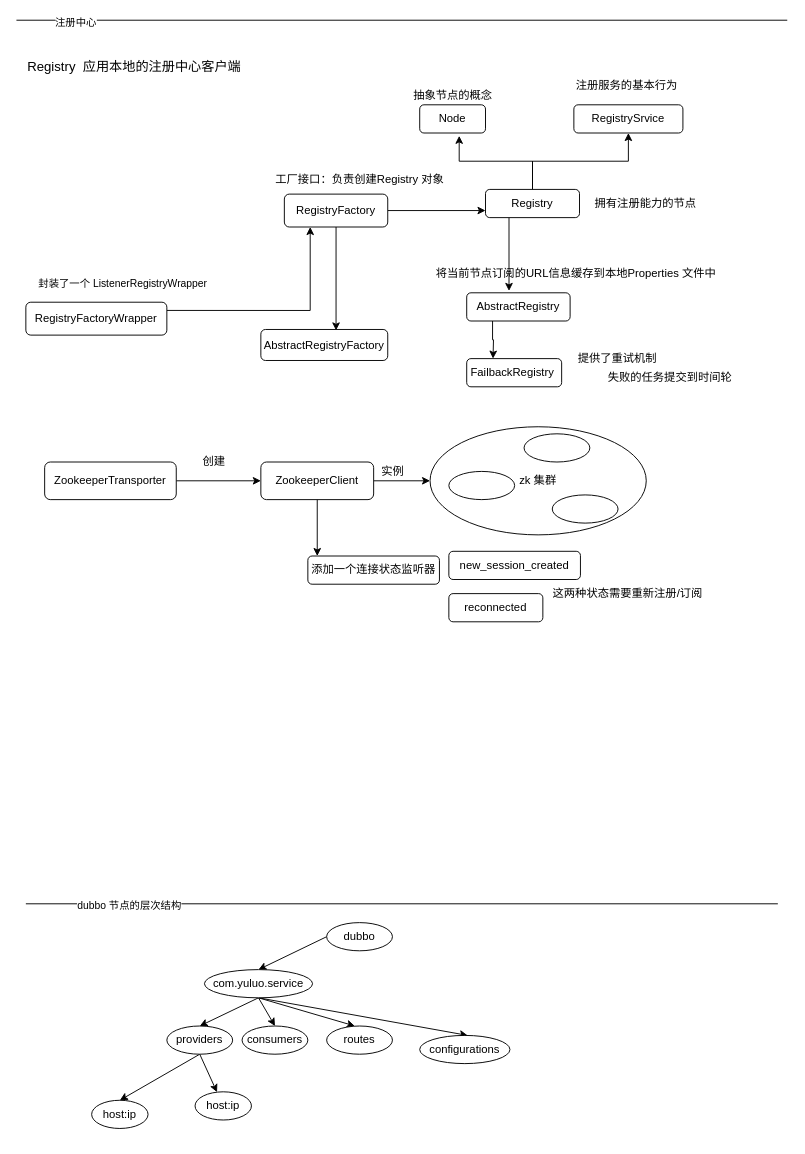
Above: dubbo.drawio in topyuluo/photo-project (draw.io), before the change. Source tidied: cells renumbered, new cells numbered last; positions are measured from the earlier drawing's top-left corner, leaving out a move shared by most shapes. Both pictures are drawn from the tidied source at 94%, with x=0, y=0 at pixel (16, 20).
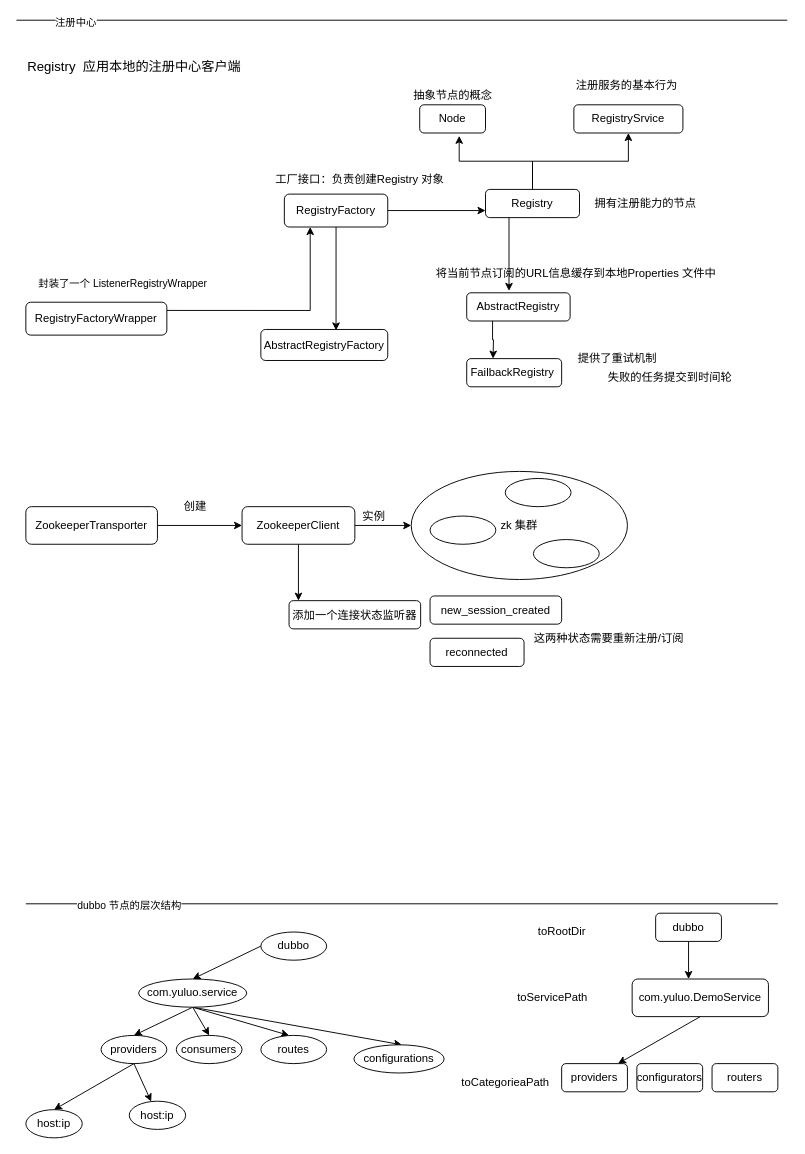
The same page after the edit.

The edit, as a diff of the source:
```diff
@@
     <mxCell id="2" value="zk 集群" style="ellipse;whiteSpace=wrap;html=1;" parent="1" vertex="1">
-      <mxGeometry x="440" y="432.5" width="230" height="115" as="geometry" />
+      <mxGeometry x="420" y="480" width="230" height="115" as="geometry" />
     </mxCell>
@@
     <mxCell id="31" value="dubbo" style="ellipse;whiteSpace=wrap;html=1;" parent="1" vertex="1">
-      <mxGeometry x="330" y="960" width="70" height="30" as="geometry" />
+      <mxGeometry x="260" y="970" width="70" height="30" as="geometry" />
     </mxCell>
@@
     <mxCell id="34" style="edgeStyle=none;rounded=0;jettySize=auto;html=1;exitX=0.5;exitY=1;exitDx=0;exitDy=0;" parent="1" edge="1" source="36">
       <mxGeometry relative="1" as="geometry">
-        <mxPoint x="360" y="1070" as="targetPoint" />
+        <mxPoint x="290" y="1080" as="targetPoint" />
       </mxGeometry>
     </mxCell>
     <mxCell id="35" style="edgeStyle=none;rounded=0;jettySize=auto;html=1;exitX=0.5;exitY=1;exitDx=0;exitDy=0;" parent="1" edge="1" source="36">
       <mxGeometry relative="1" as="geometry">
-        <mxPoint x="480" y="1080" as="targetPoint" />
+        <mxPoint x="410" y="1090" as="targetPoint" />
       </mxGeometry>
     </mxCell>
     <mxCell id="36" value="com.yuluo.service" style="ellipse;whiteSpace=wrap;html=1;" parent="1" vertex="1">
-      <mxGeometry x="200" y="1010" width="115" height="30" as="geometry" />
+      <mxGeometry x="130" y="1020" width="115" height="30" as="geometry" />
     </mxCell>
@@
     <mxCell id="39" value="providers" style="ellipse;whiteSpace=wrap;html=1;" parent="1" vertex="1">
-      <mxGeometry x="160" y="1070" width="70" height="30" as="geometry" />
+      <mxGeometry x="90" y="1080" width="70" height="30" as="geometry" />
     </mxCell>
     <mxCell id="40" value="consumers" style="ellipse;whiteSpace=wrap;html=1;" parent="1" vertex="1">
-      <mxGeometry x="240" y="1070" width="70" height="30" as="geometry" />
+      <mxGeometry x="170" y="1080" width="70" height="30" as="geometry" />
     </mxCell>
     <mxCell id="41" value="host:ip" style="ellipse;whiteSpace=wrap;html=1;" parent="1" vertex="1">
-      <mxGeometry x="80" y="1149" width="60" height="30" as="geometry" />
+      <mxGeometry x="10" y="1159" width="60" height="30" as="geometry" />
     </mxCell>
     <mxCell id="42" value="routes" style="ellipse;whiteSpace=wrap;html=1;" parent="1" vertex="1">
-      <mxGeometry x="330" y="1070" width="70" height="30" as="geometry" />
+      <mxGeometry x="260" y="1080" width="70" height="30" as="geometry" />
     </mxCell>
     <mxCell id="43" value="configurations" style="ellipse;whiteSpace=wrap;html=1;" parent="1" vertex="1">
-      <mxGeometry x="429" y="1080" width="96" height="30" as="geometry" />
+      <mxGeometry x="359" y="1090" width="96" height="30" as="geometry" />
     </mxCell>
@@
     <mxCell id="45" style="edgeStyle=none;rounded=0;jettySize=auto;html=1;exitX=1;exitY=0.5;exitDx=0;exitDy=0;" parent="1" edge="1" source="46">
       <mxGeometry relative="1" as="geometry">
-        <mxPoint x="260" y="490" as="targetPoint" />
+        <mxPoint x="240" y="537.5" as="targetPoint" />
       </mxGeometry>
     </mxCell>
     <mxCell id="46" value="ZookeeperTransporter" style="rounded=1;whiteSpace=wrap;html=1;" parent="1" vertex="1">
-      <mxGeometry x="30" y="470" width="140" height="40" as="geometry" />
+      <mxGeometry x="10" y="517.5" width="140" height="40" as="geometry" />
     </mxCell>
     <mxCell id="47" style="edgeStyle=none;rounded=0;jettySize=auto;html=1;exitX=1;exitY=0.5;exitDx=0;exitDy=0;" parent="1" edge="1" source="49">
       <mxGeometry relative="1" as="geometry">
-        <mxPoint x="440" y="490" as="targetPoint" />
+        <mxPoint x="420" y="537.5" as="targetPoint" />
       </mxGeometry>
     </mxCell>
     <mxCell id="48" style="edgeStyle=none;rounded=0;jettySize=auto;html=1;exitX=0.5;exitY=1;exitDx=0;exitDy=0;" parent="1" edge="1" source="49">
       <mxGeometry relative="1" as="geometry">
-        <mxPoint x="320" y="570" as="targetPoint" />
+        <mxPoint x="300" y="617.5" as="targetPoint" />
       </mxGeometry>
     </mxCell>
     <mxCell id="49" value="ZookeeperClient" style="rounded=1;whiteSpace=wrap;html=1;" parent="1" vertex="1">
-      <mxGeometry x="260" y="470" width="120" height="40" as="geometry" />
+      <mxGeometry x="240" y="517.5" width="120" height="40" as="geometry" />
     </mxCell>
     <mxCell id="50" value="创建" style="text;html=1;align=center;verticalAlign=middle;strokeColor=none;" parent="1" vertex="1">
-      <mxGeometry x="190" y="460" width="40" height="20" as="geometry" />
+      <mxGeometry x="170" y="507.5" width="40" height="20" as="geometry" />
     </mxCell>
     <mxCell id="51" value="实例" style="text;html=1;align=center;verticalAlign=middle;strokeColor=none;" parent="1" vertex="1">
-      <mxGeometry x="380" y="470" width="40" height="20" as="geometry" />
+      <mxGeometry x="360" y="517.5" width="40" height="20" as="geometry" />
     </mxCell>
     <mxCell id="52" style="ellipse;whiteSpace=wrap;html=1;" parent="1" vertex="1">
-      <mxGeometry x="460" y="480" width="70" height="30" as="geometry" />
+      <mxGeometry x="440" y="527.5" width="70" height="30" as="geometry" />
     </mxCell>
     <mxCell id="53" style="ellipse;whiteSpace=wrap;html=1;" parent="1" vertex="1">
-      <mxGeometry x="540" y="440" width="70" height="30" as="geometry" />
+      <mxGeometry x="520" y="487.5" width="70" height="30" as="geometry" />
     </mxCell>
     <mxCell id="54" style="ellipse;whiteSpace=wrap;html=1;" parent="1" vertex="1">
-      <mxGeometry x="570" y="505" width="70" height="30" as="geometry" />
+      <mxGeometry x="550" y="552.5" width="70" height="30" as="geometry" />
     </mxCell>
     <mxCell id="55" value="添加一个连接状态监听器" style="rounded=1;whiteSpace=wrap;html=1;" parent="1" vertex="1">
-      <mxGeometry x="310" y="570" width="140" height="30" as="geometry" />
+      <mxGeometry x="290" y="617.5" width="140" height="30" as="geometry" />
     </mxCell>
     <mxCell id="56" value="reconnected" style="rounded=1;whiteSpace=wrap;html=1;" parent="1" vertex="1">
-      <mxGeometry x="460" y="610" width="100" height="30" as="geometry" />
+      <mxGeometry x="440" y="657.5" width="100" height="30" as="geometry" />
     </mxCell>
     <mxCell id="57" value="new_session_created" style="rounded=1;whiteSpace=wrap;html=1;" parent="1" vertex="1">
-      <mxGeometry x="460" y="565" width="140" height="30" as="geometry" />
+      <mxGeometry x="440" y="612.5" width="140" height="30" as="geometry" />
     </mxCell>
     <mxCell id="58" value="这两种状态需要重新注册/订阅" style="text;html=1;align=center;verticalAlign=middle;strokeColor=none;" parent="1" vertex="1">
-      <mxGeometry x="565" y="600" width="170" height="20" as="geometry" />
+      <mxGeometry x="545" y="647.5" width="170" height="20" as="geometry" />
     </mxCell>
     <mxCell id="59" value="host:ip" style="ellipse;whiteSpace=wrap;html=1;" parent="1" vertex="1">
-      <mxGeometry x="190" y="1140" width="60" height="30" as="geometry" />
+      <mxGeometry x="120" y="1150" width="60" height="30" as="geometry" />
     </mxCell>
+    <mxCell id="60" style="edgeStyle=none;rounded=0;jettySize=auto;html=1;exitX=0.5;exitY=1;exitDx=0;exitDy=0;" parent="1" edge="1" source="61">
+      <mxGeometry relative="1" as="geometry">
+        <mxPoint x="715" y="1020" as="targetPoint" />
+      </mxGeometry>
+    </mxCell>
+    <mxCell id="61" value="dubbo" style="rounded=1;whiteSpace=wrap;html=1;" parent="1" vertex="1">
+      <mxGeometry x="680" y="950" width="70" height="30" as="geometry" />
+    </mxCell>
+    <mxCell id="62" style="edgeStyle=none;rounded=0;jettySize=auto;html=1;exitX=0.5;exitY=1;exitDx=0;exitDy=0;" parent="1" edge="1" source="63">
+      <mxGeometry relative="1" as="geometry">
+        <mxPoint x="640" y="1110" as="targetPoint" />
+      </mxGeometry>
+    </mxCell>
+    <mxCell id="63" value="com.yuluo.DemoService" style="rounded=1;whiteSpace=wrap;html=1;" parent="1" vertex="1">
+      <mxGeometry x="655" y="1020" width="145" height="40" as="geometry" />
+    </mxCell>
+    <mxCell id="64" value="providers" style="rounded=1;whiteSpace=wrap;html=1;" parent="1" vertex="1">
+      <mxGeometry x="580" y="1110" width="70" height="30" as="geometry" />
+    </mxCell>
+    <mxCell id="65" value="configurators" style="rounded=1;whiteSpace=wrap;html=1;" parent="1" vertex="1">
+      <mxGeometry x="660" y="1110" width="70" height="30" as="geometry" />
+    </mxCell>
+    <mxCell id="66" value="routers" style="rounded=1;whiteSpace=wrap;html=1;" parent="1" vertex="1">
+      <mxGeometry x="740" y="1110" width="70" height="30" as="geometry" />
+    </mxCell>
+    <mxCell id="67" value="toRootDir" style="text;html=1;align=center;verticalAlign=middle;strokeColor=none;" parent="1" vertex="1">
+      <mxGeometry x="545" y="960" width="70" height="20" as="geometry" />
+    </mxCell>
+    <mxCell id="68" value="toServicePath" style="text;html=1;align=center;verticalAlign=middle;strokeColor=none;" parent="1" vertex="1">
+      <mxGeometry x="525" y="1030" width="90" height="20" as="geometry" />
+    </mxCell>
+    <mxCell id="69" value="toCategorieaPath" style="text;html=1;align=center;verticalAlign=middle;strokeColor=none;" parent="1" vertex="1">
+      <mxGeometry x="465" y="1120" width="110" height="20" as="geometry" />
+    </mxCell>
```
